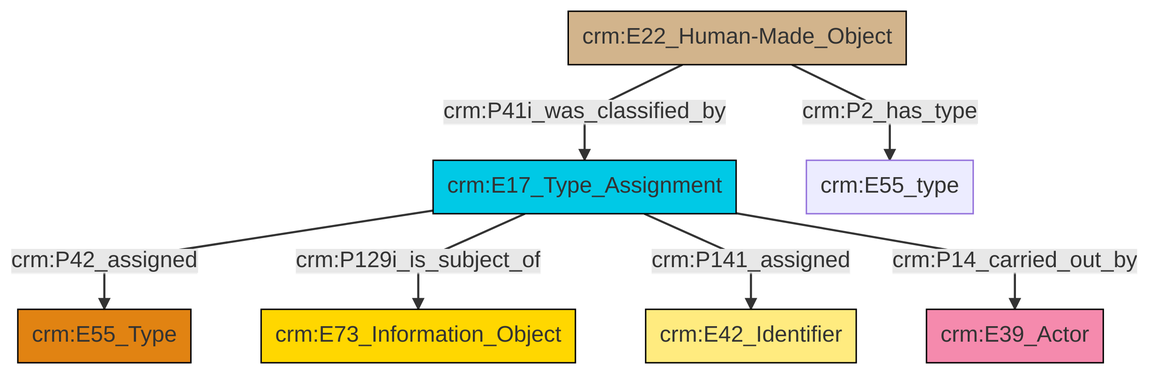
Above: et/builtWorkCSV/ttl/mmd/png/Built_Work_designation_status.png in swiss-art-research-net/reference-data-models (Mermaid), before the change. Its source is kept beside it as et/builtWorkCSV/ttl/mmd/Built_Work_designation_status.ttl.mmd.
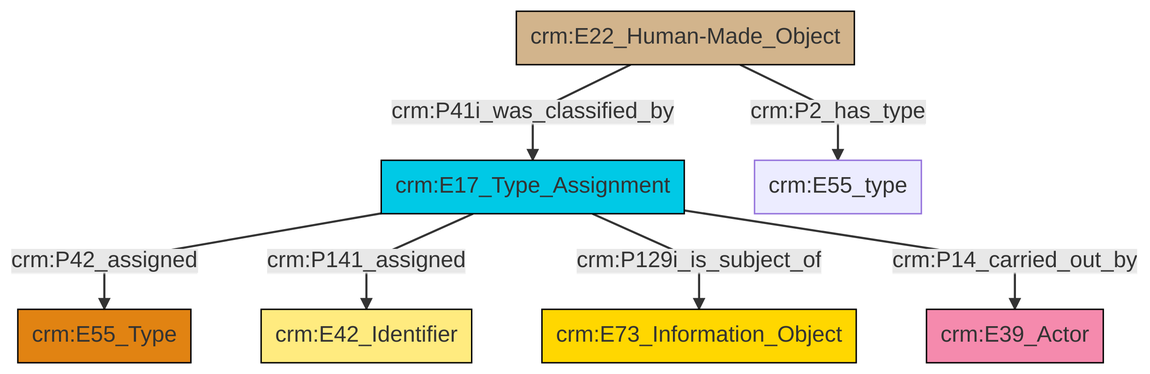
Above is the later version.

Diff of the diagram source:
```diff
@@ -13,9 +13,9 @@
 classDef PC_Classes fill:#4ce600, stroke:#000000;
 classDef Multi fill:#cccccc,stroke:#000000;
 
-2["crm:E17_Type_Assignment"]:::Temporal_Entity -->|crm:P42_assigned| 0["crm:E55_Type"]:::Type
-2["crm:E17_Type_Assignment"]:::Temporal_Entity -->|crm:P129i_is_subject_of| 5["crm:E73_Information_Object"]:::Conceptual_Object
-2["crm:E17_Type_Assignment"]:::Temporal_Entity -->|crm:P141_assigned| 3["crm:E42_Identifier"]:::Appellation
-10["crm:E22_Human-Made_Object"]:::Physical_Thing -->|crm:P41i_was_classified_by| 2["crm:E17_Type_Assignment"]:::Temporal_Entity
-2["crm:E17_Type_Assignment"]:::Temporal_Entity -->|crm:P14_carried_out_by| 8["crm:E39_Actor"]:::Actor
-10["crm:E22_Human-Made_Object"]:::Physical_Thing -->|crm:P2_has_type| 6["crm:E55_type"]:::Default
+0["crm:E17_Type_Assignment"]:::Temporal_Entity -->|crm:P42_assigned| 1["crm:E55_Type"]:::Type
+2["crm:E22_Human-Made_Object"]:::Physical_Thing -->|crm:P2_has_type| 3["crm:E55_type"]:::Default
+0["crm:E17_Type_Assignment"]:::Temporal_Entity -->|crm:P141_assigned| 5["crm:E42_Identifier"]:::Appellation
+2["crm:E22_Human-Made_Object"]:::Physical_Thing -->|crm:P41i_was_classified_by| 0["crm:E17_Type_Assignment"]:::Temporal_Entity
+0["crm:E17_Type_Assignment"]:::Temporal_Entity -->|crm:P129i_is_subject_of| 7["crm:E73_Information_Object"]:::Conceptual_Object
+0["crm:E17_Type_Assignment"]:::Temporal_Entity -->|crm:P14_carried_out_by| 10["crm:E39_Actor"]:::Actor
```
